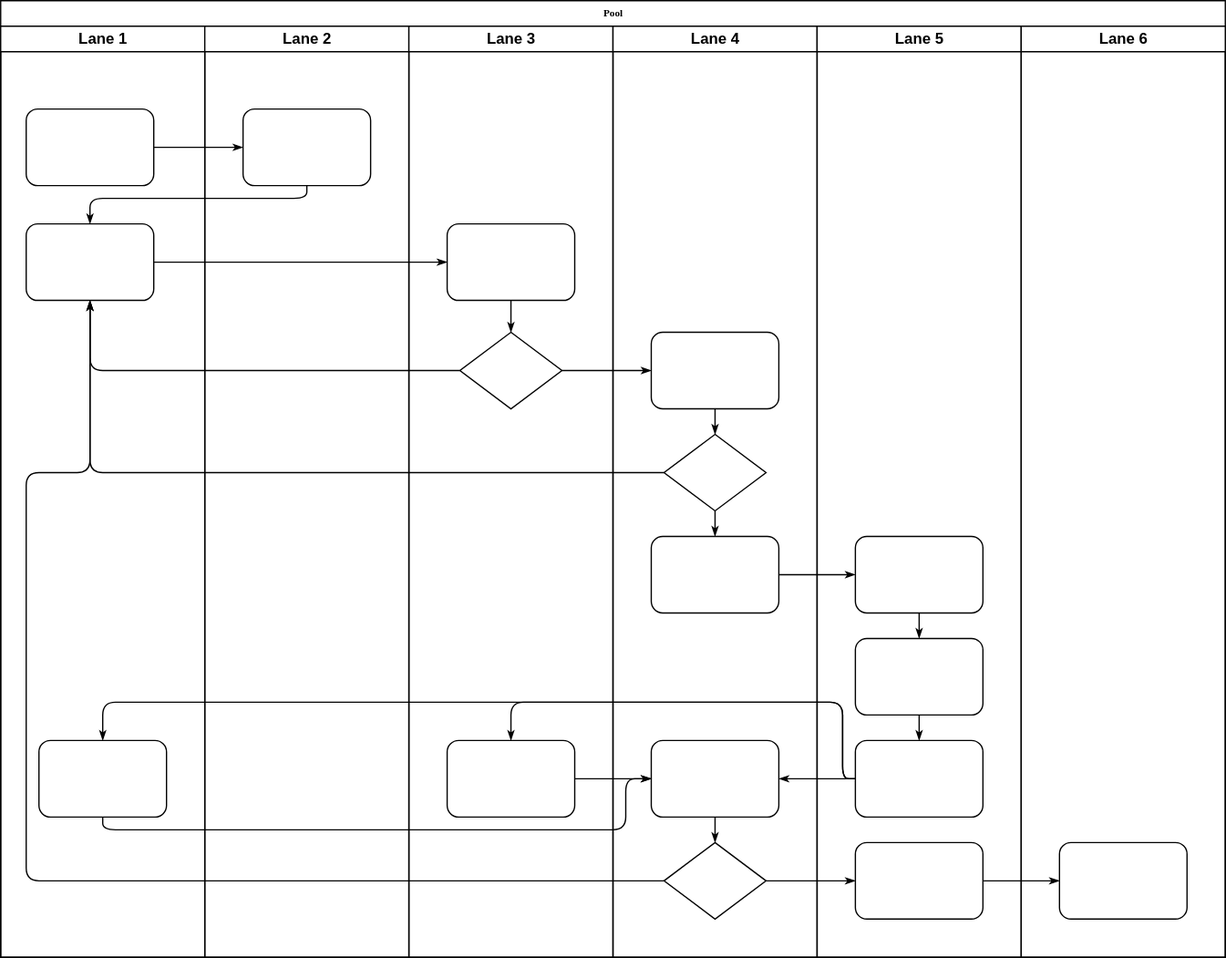
The draw.io diagram ds-ms-0.drawio.svg in JsZero/drawio, before a commit. Source tidied: cells renumbered, new cells last; positions are measured from the earlier drawing's top-left corner, leaving out a move shared by most shapes.
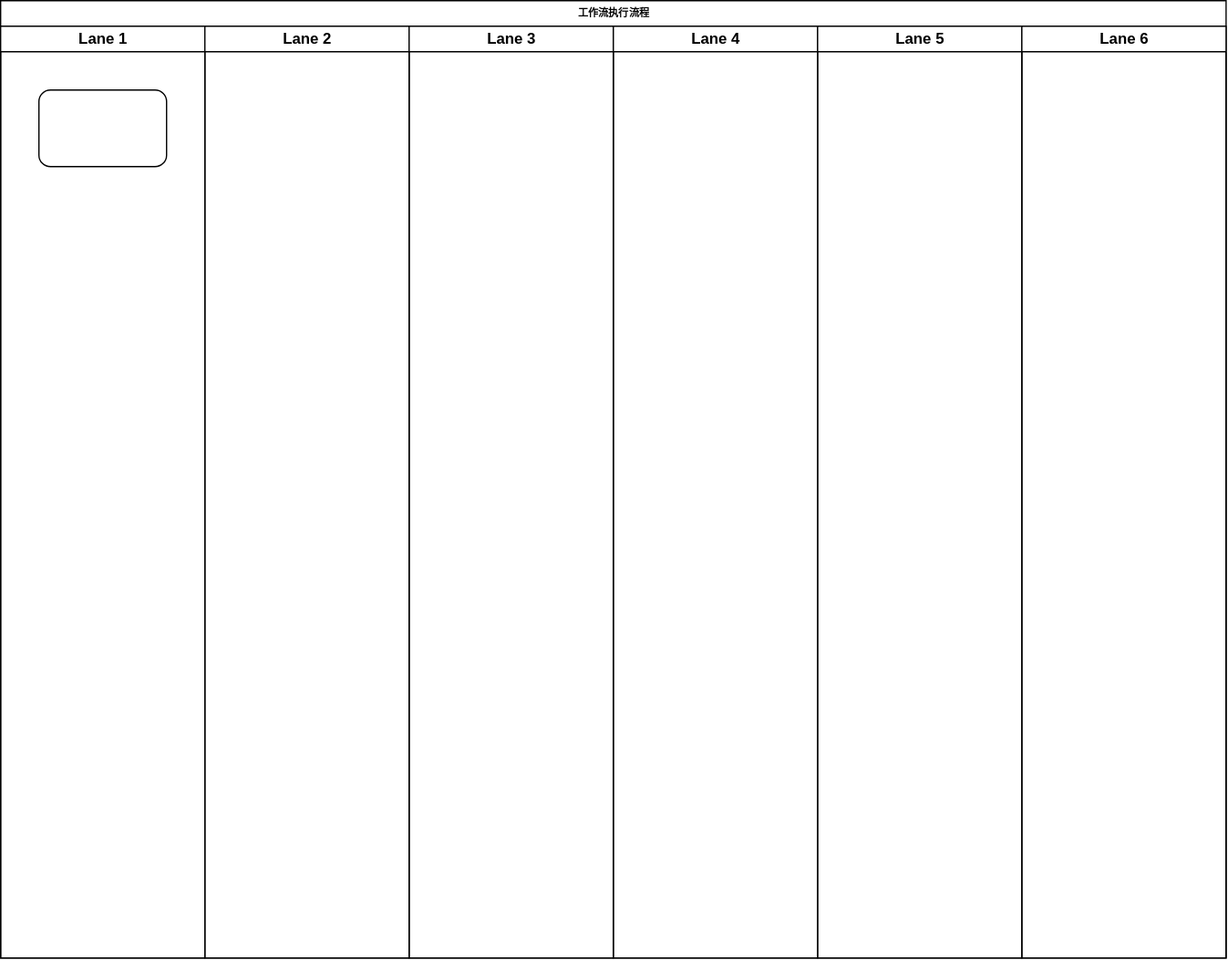
After the commit.

What changed in the source:
```diff
@@ -2,169 +2,29 @@
   <root>
     <mxCell id="0" />
     <mxCell id="1" parent="0" />
-    <mxCell id="2" value="Pool" style="swimlane;html=1;startSize=20;rounded=0;shadow=0;labelBackgroundColor=none;strokeWidth=1;fontFamily=Verdana;fontSize=8;align=center;" parent="1" vertex="1">
+    <mxCell id="2" value="工作流执行流程" style="swimlane;html=1;startSize=20;rounded=0;shadow=0;labelBackgroundColor=none;strokeWidth=1;fontFamily=Verdana;fontSize=8;align=center;" parent="1" vertex="1">
       <mxGeometry width="960" height="750" as="geometry" />
     </mxCell>
     <mxCell id="3" value="Lane 1" style="swimlane;html=1;startSize=20;" parent="2" vertex="1">
       <mxGeometry y="20" width="160" height="730" as="geometry" />
     </mxCell>
     <mxCell id="4" style="rounded=1;whiteSpace=wrap;html=1;shadow=0;labelBackgroundColor=none;strokeWidth=1;fontFamily=Verdana;fontSize=8;align=center;" parent="3" vertex="1">
-      <mxGeometry x="20" y="65" width="100" height="60" as="geometry" />
+      <mxGeometry x="30" y="50" width="100" height="60" as="geometry" />
     </mxCell>
-    <mxCell id="5" style="rounded=1;whiteSpace=wrap;html=1;shadow=0;labelBackgroundColor=none;strokeWidth=1;fontFamily=Verdana;fontSize=8;align=center;" parent="3" vertex="1">
-      <mxGeometry x="20" y="155" width="100" height="60" as="geometry" />
-    </mxCell>
-    <mxCell id="6" style="rounded=1;whiteSpace=wrap;html=1;shadow=0;labelBackgroundColor=none;strokeWidth=1;fontFamily=Verdana;fontSize=8;align=center;" parent="3" vertex="1">
-      <mxGeometry x="30" y="560" width="100" height="60" as="geometry" />
-    </mxCell>
-    <mxCell id="7" style="edgeStyle=orthogonalEdgeStyle;rounded=1;html=1;labelBackgroundColor=none;startArrow=none;startFill=0;startSize=5;endArrow=classicThin;endFill=1;endSize=5;jettySize=auto;strokeWidth=1;fontFamily=Verdana;fontSize=8;" parent="2" edge="1" source="4" target="23">
-      <mxGeometry relative="1" as="geometry" />
-    </mxCell>
-    <mxCell id="8" style="edgeStyle=orthogonalEdgeStyle;rounded=1;html=1;labelBackgroundColor=none;startArrow=none;startFill=0;startSize=5;endArrow=classicThin;endFill=1;endSize=5;jettySize=auto;strokeWidth=1;fontFamily=Verdana;fontSize=8;" parent="2" edge="1" source="23" target="5">
-      <mxGeometry relative="1" as="geometry">
-        <Array as="points">
-          <mxPoint x="240" y="155" />
-          <mxPoint x="70" y="155" />
-        </Array>
-      </mxGeometry>
-    </mxCell>
-    <mxCell id="9" style="edgeStyle=orthogonalEdgeStyle;rounded=1;html=1;labelBackgroundColor=none;startArrow=none;startFill=0;startSize=5;endArrow=classicThin;endFill=1;endSize=5;jettySize=auto;strokeWidth=1;fontFamily=Verdana;fontSize=8;" parent="2" edge="1" source="5" target="25">
-      <mxGeometry relative="1" as="geometry" />
-    </mxCell>
-    <mxCell id="10" style="edgeStyle=orthogonalEdgeStyle;rounded=1;html=1;labelBackgroundColor=none;startArrow=none;startFill=0;startSize=5;endArrow=classicThin;endFill=1;endSize=5;jettySize=auto;strokeWidth=1;fontFamily=Verdana;fontSize=8;" parent="2" edge="1" source="26" target="5">
-      <mxGeometry relative="1" as="geometry" />
-    </mxCell>
-    <mxCell id="11" style="edgeStyle=orthogonalEdgeStyle;rounded=1;html=1;labelBackgroundColor=none;startArrow=none;startFill=0;startSize=5;endArrow=classicThin;endFill=1;endSize=5;jettySize=auto;strokeWidth=1;fontFamily=Verdana;fontSize=8;" parent="2" edge="1" source="31" target="5">
-      <mxGeometry relative="1" as="geometry" />
-    </mxCell>
-    <mxCell id="12" style="edgeStyle=orthogonalEdgeStyle;rounded=1;html=1;labelBackgroundColor=none;startArrow=none;startFill=0;startSize=5;endArrow=classicThin;endFill=1;endSize=5;jettySize=auto;strokeWidth=1;fontFamily=Verdana;fontSize=8;" parent="2" edge="1" source="34" target="5">
-      <mxGeometry relative="1" as="geometry">
-        <Array as="points">
-          <mxPoint x="20" y="690" />
-          <mxPoint x="20" y="370" />
-          <mxPoint x="70" y="370" />
-        </Array>
-      </mxGeometry>
-    </mxCell>
-    <mxCell id="13" style="edgeStyle=orthogonalEdgeStyle;rounded=1;html=1;labelBackgroundColor=none;startArrow=none;startFill=0;startSize=5;endArrow=classicThin;endFill=1;endSize=5;jettySize=auto;strokeWidth=1;fontFamily=Verdana;fontSize=8;" parent="2" edge="1" source="26" target="30">
-      <mxGeometry relative="1" as="geometry" />
-    </mxCell>
-    <mxCell id="14" style="edgeStyle=orthogonalEdgeStyle;rounded=1;html=1;labelBackgroundColor=none;startArrow=none;startFill=0;startSize=5;endArrow=classicThin;endFill=1;endSize=5;jettySize=auto;strokeWidth=1;fontFamily=Verdana;fontSize=8;" parent="2" edge="1" source="34" target="42">
-      <mxGeometry relative="1" as="geometry" />
-    </mxCell>
-    <mxCell id="15" style="edgeStyle=orthogonalEdgeStyle;rounded=1;html=1;labelBackgroundColor=none;startArrow=none;startFill=0;startSize=5;endArrow=classicThin;endFill=1;endSize=5;jettySize=auto;strokeWidth=1;fontFamily=Verdana;fontSize=8;" parent="2" edge="1" source="42" target="46">
-      <mxGeometry relative="1" as="geometry" />
-    </mxCell>
-    <mxCell id="16" style="edgeStyle=orthogonalEdgeStyle;rounded=1;html=1;labelBackgroundColor=none;startArrow=none;startFill=0;startSize=5;endArrow=classicThin;endFill=1;endSize=5;jettySize=auto;strokeWidth=1;fontFamily=Verdana;fontSize=8;" parent="2" edge="1" source="32" target="39">
-      <mxGeometry relative="1" as="geometry" />
-    </mxCell>
-    <mxCell id="17" style="edgeStyle=orthogonalEdgeStyle;rounded=1;html=1;labelBackgroundColor=none;startArrow=none;startFill=0;startSize=5;endArrow=classicThin;endFill=1;endSize=5;jettySize=auto;strokeWidth=1;fontFamily=Verdana;fontSize=8;" parent="2" edge="1" source="41" target="27">
-      <mxGeometry relative="1" as="geometry">
-        <Array as="points">
-          <mxPoint x="660" y="610" />
-          <mxPoint x="660" y="550" />
-          <mxPoint x="400" y="550" />
-        </Array>
-      </mxGeometry>
-    </mxCell>
-    <mxCell id="18" style="edgeStyle=orthogonalEdgeStyle;rounded=1;html=1;labelBackgroundColor=none;startArrow=none;startFill=0;startSize=5;endArrow=classicThin;endFill=1;endSize=5;jettySize=auto;strokeColor=#000000;strokeWidth=1;fontFamily=Verdana;fontSize=8;fontColor=#000000;" parent="2" edge="1" source="41" target="33">
-      <mxGeometry relative="1" as="geometry" />
-    </mxCell>
-    <mxCell id="19" style="edgeStyle=orthogonalEdgeStyle;rounded=1;html=1;labelBackgroundColor=none;startArrow=none;startFill=0;startSize=5;endArrow=classicThin;endFill=1;endSize=5;jettySize=auto;strokeWidth=1;fontFamily=Verdana;fontSize=8;" parent="2" edge="1" source="41" target="6">
-      <mxGeometry relative="1" as="geometry">
-        <Array as="points">
-          <mxPoint x="660" y="610" />
-          <mxPoint x="660" y="550" />
-          <mxPoint x="80" y="550" />
-        </Array>
-      </mxGeometry>
-    </mxCell>
-    <mxCell id="20" style="edgeStyle=orthogonalEdgeStyle;rounded=1;html=1;labelBackgroundColor=none;startArrow=none;startFill=0;startSize=5;endArrow=classicThin;endFill=1;endSize=5;jettySize=auto;strokeWidth=1;fontFamily=Verdana;fontSize=8;" parent="2" edge="1" source="6" target="33">
-      <mxGeometry relative="1" as="geometry">
-        <Array as="points">
-          <mxPoint x="80" y="650" />
-          <mxPoint x="490" y="650" />
-          <mxPoint x="490" y="610" />
-        </Array>
-      </mxGeometry>
-    </mxCell>
-    <mxCell id="21" style="edgeStyle=orthogonalEdgeStyle;rounded=1;html=1;labelBackgroundColor=none;startArrow=none;startFill=0;startSize=5;endArrow=classicThin;endFill=1;endSize=5;jettySize=auto;strokeWidth=1;fontFamily=Verdana;fontSize=8;" parent="2" edge="1" source="27" target="33">
-      <mxGeometry relative="1" as="geometry" />
-    </mxCell>
     <mxCell id="22" value="Lane 2" style="swimlane;html=1;startSize=20;" parent="2" vertex="1">
       <mxGeometry x="160" y="20" width="160" height="730" as="geometry" />
     </mxCell>
-    <mxCell id="23" style="rounded=1;whiteSpace=wrap;html=1;shadow=0;labelBackgroundColor=none;strokeWidth=1;fontFamily=Verdana;fontSize=8;align=center;" parent="22" vertex="1">
-      <mxGeometry x="30" y="65" width="100" height="60" as="geometry" />
-    </mxCell>
     <mxCell id="24" value="Lane 3" style="swimlane;html=1;startSize=20;" parent="2" vertex="1">
       <mxGeometry x="320" y="20" width="160" height="730" as="geometry" />
     </mxCell>
-    <mxCell id="25" style="rounded=1;whiteSpace=wrap;html=1;shadow=0;labelBackgroundColor=none;strokeWidth=1;fontFamily=Verdana;fontSize=8;align=center;" parent="24" vertex="1">
-      <mxGeometry x="30" y="155" width="100" height="60" as="geometry" />
-    </mxCell>
-    <mxCell id="26" style="rhombus;whiteSpace=wrap;html=1;rounded=0;shadow=0;labelBackgroundColor=none;strokeWidth=1;fontFamily=Verdana;fontSize=8;align=center;" parent="24" vertex="1">
-      <mxGeometry x="40" y="240" width="80" height="60" as="geometry" />
-    </mxCell>
-    <mxCell id="27" style="rounded=1;whiteSpace=wrap;html=1;shadow=0;labelBackgroundColor=none;strokeWidth=1;fontFamily=Verdana;fontSize=8;align=center;" parent="24" vertex="1">
-      <mxGeometry x="30" y="560" width="100" height="60" as="geometry" />
-    </mxCell>
-    <mxCell id="28" style="edgeStyle=orthogonalEdgeStyle;rounded=1;html=1;labelBackgroundColor=none;startArrow=none;startFill=0;startSize=5;endArrow=classicThin;endFill=1;endSize=5;jettySize=auto;strokeWidth=1;fontFamily=Verdana;fontSize=8;" parent="24" edge="1" source="25" target="26">
-      <mxGeometry relative="1" as="geometry" />
-    </mxCell>
     <mxCell id="29" value="Lane 4" style="swimlane;html=1;startSize=20;" parent="2" vertex="1">
       <mxGeometry x="480" y="20" width="160" height="730" as="geometry" />
     </mxCell>
-    <mxCell id="30" style="rounded=1;whiteSpace=wrap;html=1;shadow=0;labelBackgroundColor=none;strokeWidth=1;fontFamily=Verdana;fontSize=8;align=center;" parent="29" vertex="1">
-      <mxGeometry x="30" y="240" width="100" height="60" as="geometry" />
-    </mxCell>
-    <mxCell id="31" style="rhombus;whiteSpace=wrap;html=1;rounded=0;shadow=0;labelBackgroundColor=none;strokeWidth=1;fontFamily=Verdana;fontSize=8;align=center;" parent="29" vertex="1">
-      <mxGeometry x="40" y="320" width="80" height="60" as="geometry" />
-    </mxCell>
-    <mxCell id="32" style="rounded=1;whiteSpace=wrap;html=1;shadow=0;labelBackgroundColor=none;strokeWidth=1;fontFamily=Verdana;fontSize=8;align=center;" parent="29" vertex="1">
-      <mxGeometry x="30" y="400" width="100" height="60" as="geometry" />
-    </mxCell>
-    <mxCell id="33" style="rounded=1;whiteSpace=wrap;html=1;shadow=0;labelBackgroundColor=none;strokeWidth=1;fontFamily=Verdana;fontSize=8;align=center;" parent="29" vertex="1">
-      <mxGeometry x="30" y="560" width="100" height="60" as="geometry" />
-    </mxCell>
-    <mxCell id="34" style="rhombus;whiteSpace=wrap;html=1;rounded=0;shadow=0;labelBackgroundColor=none;strokeWidth=1;fontFamily=Verdana;fontSize=8;align=center;" parent="29" vertex="1">
-      <mxGeometry x="40" y="640" width="80" height="60" as="geometry" />
-    </mxCell>
-    <mxCell id="35" style="edgeStyle=orthogonalEdgeStyle;rounded=1;html=1;labelBackgroundColor=none;startArrow=none;startFill=0;startSize=5;endArrow=classicThin;endFill=1;endSize=5;jettySize=auto;strokeColor=#000000;strokeWidth=1;fontFamily=Verdana;fontSize=8;fontColor=#000000;" parent="29" edge="1" source="30" target="31">
-      <mxGeometry relative="1" as="geometry" />
-    </mxCell>
-    <mxCell id="36" style="edgeStyle=orthogonalEdgeStyle;rounded=1;html=1;labelBackgroundColor=none;startArrow=none;startFill=0;startSize=5;endArrow=classicThin;endFill=1;endSize=5;jettySize=auto;strokeWidth=1;fontFamily=Verdana;fontSize=8;" parent="29" edge="1" source="31" target="32">
-      <mxGeometry relative="1" as="geometry" />
-    </mxCell>
-    <mxCell id="37" style="edgeStyle=orthogonalEdgeStyle;rounded=1;html=1;labelBackgroundColor=none;startArrow=none;startFill=0;startSize=5;endArrow=classicThin;endFill=1;endSize=5;jettySize=auto;strokeWidth=1;fontFamily=Verdana;fontSize=8;" parent="29" edge="1" source="33" target="34">
-      <mxGeometry relative="1" as="geometry" />
-    </mxCell>
     <mxCell id="38" value="Lane 5" style="swimlane;html=1;startSize=20;" parent="2" vertex="1">
       <mxGeometry x="640" y="20" width="160" height="730" as="geometry" />
     </mxCell>
-    <mxCell id="39" style="rounded=1;whiteSpace=wrap;html=1;shadow=0;labelBackgroundColor=none;strokeWidth=1;fontFamily=Verdana;fontSize=8;align=center;" parent="38" vertex="1">
-      <mxGeometry x="30" y="400" width="100" height="60" as="geometry" />
-    </mxCell>
-    <mxCell id="40" style="rounded=1;whiteSpace=wrap;html=1;shadow=0;labelBackgroundColor=none;strokeWidth=1;fontFamily=Verdana;fontSize=8;align=center;" parent="38" vertex="1">
-      <mxGeometry x="30" y="480" width="100" height="60" as="geometry" />
-    </mxCell>
-    <mxCell id="41" style="rounded=1;whiteSpace=wrap;html=1;shadow=0;labelBackgroundColor=none;strokeWidth=1;fontFamily=Verdana;fontSize=8;align=center;" parent="38" vertex="1">
-      <mxGeometry x="30" y="560" width="100" height="60" as="geometry" />
-    </mxCell>
-    <mxCell id="42" style="rounded=1;whiteSpace=wrap;html=1;shadow=0;labelBackgroundColor=none;strokeWidth=1;fontFamily=Verdana;fontSize=8;align=center;" parent="38" vertex="1">
-      <mxGeometry x="30" y="640" width="100" height="60" as="geometry" />
-    </mxCell>
-    <mxCell id="43" style="edgeStyle=orthogonalEdgeStyle;rounded=1;html=1;labelBackgroundColor=none;startArrow=none;startFill=0;startSize=5;endArrow=classicThin;endFill=1;endSize=5;jettySize=auto;strokeWidth=1;fontFamily=Verdana;fontSize=8;" parent="38" edge="1" source="39" target="40">
-      <mxGeometry relative="1" as="geometry" />
-    </mxCell>
-    <mxCell id="44" style="edgeStyle=orthogonalEdgeStyle;rounded=1;html=1;labelBackgroundColor=none;startArrow=none;startFill=0;startSize=5;endArrow=classicThin;endFill=1;endSize=5;jettySize=auto;strokeWidth=1;fontFamily=Verdana;fontSize=8;" parent="38" edge="1" source="40" target="41">
-      <mxGeometry relative="1" as="geometry" />
-    </mxCell>
     <mxCell id="45" value="Lane 6" style="swimlane;html=1;startSize=20;" parent="2" vertex="1">
       <mxGeometry x="800" y="20" width="160" height="730" as="geometry" />
     </mxCell>
-    <mxCell id="46" style="rounded=1;whiteSpace=wrap;html=1;shadow=0;labelBackgroundColor=none;strokeWidth=1;fontFamily=Verdana;fontSize=8;align=center;" parent="45" vertex="1">
-      <mxGeometry x="30" y="640" width="100" height="60" as="geometry" />
-    </mxCell>
   </root>
 </mxGraphModel>
```
